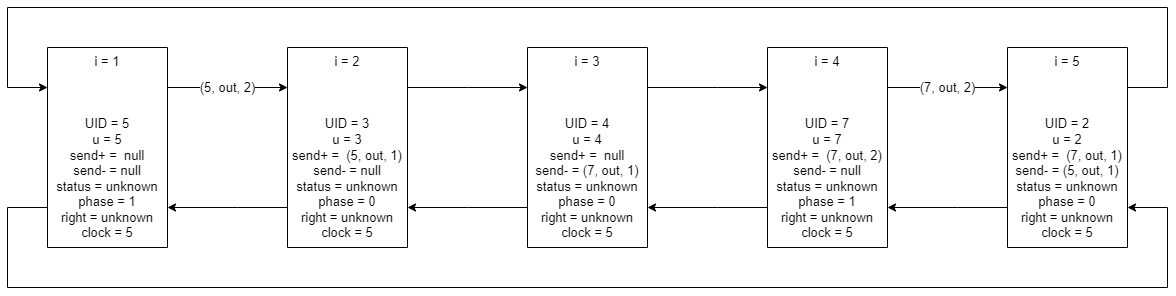
This is tods/06-tods.drawio.png from h1tlan/tods_first_exercise, a draw.io export, as it was before one commit. Source tidied: cells renumbered, new cells last; positions are measured from the earlier drawing's top-left corner, leaving out a move shared by most shapes. Source of this version:
```xml
<mxGraphModel>
  <root>
    <mxCell id="0" />
    <mxCell id="1" parent="0" />
    <mxCell id="2" value="(5, out, 2)" style="edgeStyle=orthogonalEdgeStyle;rounded=0;jettySize=auto;html=1;labelBorderColor=none;fontSize=13;" parent="1" edge="1" source="4" target="7">
      <mxGeometry relative="1" as="geometry">
        <Array as="points">
          <mxPoint x="230" y="80" />
          <mxPoint x="230" y="80" />
        </Array>
      </mxGeometry>
    </mxCell>
    <mxCell id="3" style="edgeStyle=orthogonalEdgeStyle;rounded=0;jettySize=auto;html=1;labelBorderColor=none;fontSize=13;" parent="1" edge="1" source="4" target="16">
      <mxGeometry relative="1" as="geometry">
        <Array as="points">
          <mxPoint y="200" />
          <mxPoint y="280" />
          <mxPoint x="1160" y="280" />
          <mxPoint x="1160" y="200" />
        </Array>
      </mxGeometry>
    </mxCell>
    <mxCell id="4" value="i = 1&lt;br&gt;&lt;br&gt;&lt;br&gt;&lt;br&gt;UID = 5&lt;br&gt;u = 5&lt;br&gt;send+ =&amp;nbsp; null&lt;br&gt;send- = null&lt;br&gt;status = unknown&lt;br&gt;phase = 1&lt;br&gt;right = unknown&lt;br&gt;clock = 5" style="rounded=0;whiteSpace=wrap;html=1;fontSize=13;direction=south;" parent="1" vertex="1">
      <mxGeometry x="40" y="40" width="120" height="200" as="geometry" />
    </mxCell>
    <mxCell id="5" style="edgeStyle=orthogonalEdgeStyle;rounded=0;jettySize=auto;html=1;labelBorderColor=none;fontSize=13;" parent="1" edge="1" source="7" target="4">
      <mxGeometry relative="1" as="geometry">
        <Array as="points">
          <mxPoint x="230" y="200" />
          <mxPoint x="230" y="200" />
        </Array>
      </mxGeometry>
    </mxCell>
    <mxCell id="6" style="edgeStyle=orthogonalEdgeStyle;rounded=0;jettySize=auto;html=1;labelBorderColor=none;fontSize=13;" parent="1" edge="1" source="7" target="10">
      <mxGeometry relative="1" as="geometry">
        <Array as="points">
          <mxPoint x="460" y="80" />
          <mxPoint x="460" y="80" />
        </Array>
      </mxGeometry>
    </mxCell>
    <mxCell id="7" value="i = 2&lt;br&gt;&lt;br&gt;&lt;br&gt;&lt;br&gt;UID = 3&lt;br&gt;u = 3&lt;br&gt;send+ =&amp;nbsp; (5, out, 1)&lt;br&gt;send- = null&lt;br&gt;status = unknown&lt;br&gt;phase = 0&lt;br&gt;right = unknown&lt;br&gt;clock = 5" style="rounded=0;whiteSpace=wrap;html=1;fontSize=13;direction=south;" parent="1" vertex="1">
      <mxGeometry x="280" y="40" width="120" height="200" as="geometry" />
    </mxCell>
    <mxCell id="8" style="edgeStyle=orthogonalEdgeStyle;rounded=0;jettySize=auto;html=1;labelBorderColor=none;fontSize=13;" parent="1" edge="1" source="10" target="7">
      <mxGeometry relative="1" as="geometry">
        <Array as="points">
          <mxPoint x="460" y="200" />
          <mxPoint x="460" y="200" />
        </Array>
      </mxGeometry>
    </mxCell>
    <mxCell id="9" style="edgeStyle=orthogonalEdgeStyle;rounded=0;jettySize=auto;html=1;labelBorderColor=none;fontSize=13;" parent="1" edge="1" source="10" target="13">
      <mxGeometry relative="1" as="geometry">
        <Array as="points">
          <mxPoint x="710" y="80" />
          <mxPoint x="710" y="80" />
        </Array>
      </mxGeometry>
    </mxCell>
    <mxCell id="10" value="i = 3&lt;br&gt;&lt;br&gt;&lt;br&gt;&lt;br&gt;UID = 4&lt;br&gt;u = 4&lt;br&gt;send+ =&amp;nbsp; null&lt;br&gt;send- = (7, out, 1)&lt;br&gt;status = unknown&lt;br&gt;phase = 0&lt;br&gt;right = unknown&lt;br&gt;clock = 5" style="rounded=0;whiteSpace=wrap;html=1;fontSize=13;direction=south;" parent="1" vertex="1">
      <mxGeometry x="520" y="40" width="120" height="200" as="geometry" />
    </mxCell>
    <mxCell id="11" style="edgeStyle=orthogonalEdgeStyle;rounded=0;jettySize=auto;html=1;labelBorderColor=none;fontSize=13;" parent="1" edge="1" source="13" target="10">
      <mxGeometry relative="1" as="geometry">
        <Array as="points">
          <mxPoint x="710" y="200" />
          <mxPoint x="710" y="200" />
        </Array>
      </mxGeometry>
    </mxCell>
    <mxCell id="12" value="(7, out, 2)" style="edgeStyle=orthogonalEdgeStyle;rounded=0;jettySize=auto;html=1;labelBorderColor=none;fontSize=13;" parent="1" edge="1" source="13" target="16">
      <mxGeometry relative="1" as="geometry">
        <Array as="points">
          <mxPoint x="940" y="80" />
          <mxPoint x="940" y="80" />
        </Array>
      </mxGeometry>
    </mxCell>
    <mxCell id="13" value="i = 4&lt;br&gt;&lt;br&gt;&lt;br&gt;&lt;br&gt;UID = 7&lt;br&gt;u = 7&lt;br&gt;send+ =&amp;nbsp; (7, out, 2)&lt;br&gt;send- = null&lt;br&gt;status = unknown&lt;br&gt;phase = 1&lt;br&gt;right = unknown&lt;br&gt;clock = 5" style="rounded=0;whiteSpace=wrap;html=1;fontSize=13;direction=south;" parent="1" vertex="1">
      <mxGeometry x="760" y="40" width="120" height="200" as="geometry" />
    </mxCell>
    <mxCell id="14" style="edgeStyle=orthogonalEdgeStyle;rounded=0;jettySize=auto;html=1;labelBorderColor=none;fontSize=13;" parent="1" edge="1" source="16" target="13">
      <mxGeometry relative="1" as="geometry">
        <Array as="points">
          <mxPoint x="950" y="200" />
          <mxPoint x="950" y="200" />
        </Array>
      </mxGeometry>
    </mxCell>
    <mxCell id="15" style="edgeStyle=orthogonalEdgeStyle;rounded=0;jettySize=auto;html=1;labelBorderColor=none;fontSize=13;" parent="1" edge="1" source="16" target="4">
      <mxGeometry relative="1" as="geometry">
        <Array as="points">
          <mxPoint x="1160" y="80" />
          <mxPoint x="1160" />
          <mxPoint />
          <mxPoint y="80" />
        </Array>
      </mxGeometry>
    </mxCell>
    <mxCell id="16" value="i = 5&lt;br&gt;&lt;br&gt;&lt;br&gt;&lt;br&gt;UID = 2&lt;br&gt;u = 2&lt;br&gt;send+ =&amp;nbsp; (7, out, 1)&lt;br&gt;send- = (5, out, 1)&lt;br&gt;status = unknown&lt;br&gt;phase = 0&lt;br&gt;right = unknown&lt;br&gt;clock = 5" style="rounded=0;whiteSpace=wrap;html=1;fontSize=13;direction=south;" parent="1" vertex="1">
      <mxGeometry x="1000" y="40" width="120" height="200" as="geometry" />
    </mxCell>
  </root>
</mxGraphModel>
```
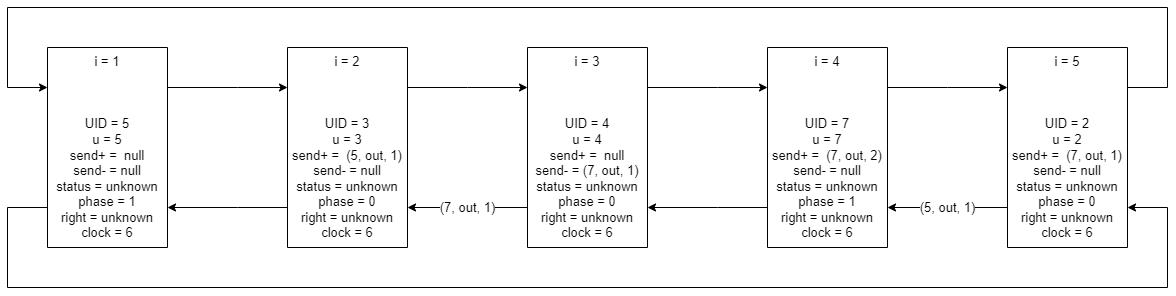
After the commit.

Commit message:
Cant update send+ in process 2 and 4, abandon.

Change to the diagram source:
```diff
@@ -2,7 +2,7 @@
   <root>
     <mxCell id="0" />
     <mxCell id="1" parent="0" />
-    <mxCell id="2" value="(5, out, 2)" style="edgeStyle=orthogonalEdgeStyle;rounded=0;jettySize=auto;html=1;labelBorderColor=none;fontSize=13;" parent="1" edge="1" source="4" target="7">
+    <mxCell id="2" style="edgeStyle=orthogonalEdgeStyle;rounded=0;jettySize=auto;html=1;labelBorderColor=none;fontSize=13;" parent="1" edge="1" source="4" target="7">
       <mxGeometry relative="1" as="geometry">
         <Array as="points">
           <mxPoint x="230" y="80" />
@@ -20,7 +20,7 @@
         </Array>
       </mxGeometry>
     </mxCell>
-    <mxCell id="4" value="i = 1&lt;br&gt;&lt;br&gt;&lt;br&gt;&lt;br&gt;UID = 5&lt;br&gt;u = 5&lt;br&gt;send+ =&amp;nbsp; null&lt;br&gt;send- = null&lt;br&gt;status = unknown&lt;br&gt;phase = 1&lt;br&gt;right = unknown&lt;br&gt;clock = 5" style="rounded=0;whiteSpace=wrap;html=1;fontSize=13;direction=south;" parent="1" vertex="1">
+    <mxCell id="4" value="i = 1&lt;br&gt;&lt;br&gt;&lt;br&gt;&lt;br&gt;UID = 5&lt;br&gt;u = 5&lt;br&gt;send+ =&amp;nbsp; null&lt;br&gt;send- = null&lt;br&gt;status = unknown&lt;br&gt;phase = 1&lt;br&gt;right = unknown&lt;br&gt;clock = 6" style="rounded=0;whiteSpace=wrap;html=1;fontSize=13;direction=south;" parent="1" vertex="1">
       <mxGeometry x="40" y="40" width="120" height="200" as="geometry" />
     </mxCell>
     <mxCell id="5" style="edgeStyle=orthogonalEdgeStyle;rounded=0;jettySize=auto;html=1;labelBorderColor=none;fontSize=13;" parent="1" edge="1" source="7" target="4">
@@ -39,10 +39,10 @@
         </Array>
       </mxGeometry>
     </mxCell>
-    <mxCell id="7" value="i = 2&lt;br&gt;&lt;br&gt;&lt;br&gt;&lt;br&gt;UID = 3&lt;br&gt;u = 3&lt;br&gt;send+ =&amp;nbsp; (5, out, 1)&lt;br&gt;send- = null&lt;br&gt;status = unknown&lt;br&gt;phase = 0&lt;br&gt;right = unknown&lt;br&gt;clock = 5" style="rounded=0;whiteSpace=wrap;html=1;fontSize=13;direction=south;" parent="1" vertex="1">
+    <mxCell id="7" value="i = 2&lt;br&gt;&lt;br&gt;&lt;br&gt;&lt;br&gt;UID = 3&lt;br&gt;u = 3&lt;br&gt;send+ =&amp;nbsp; (5, out, 1)&lt;br&gt;send- = null&lt;br&gt;status = unknown&lt;br&gt;phase = 0&lt;br&gt;right = unknown&lt;br&gt;clock = 6" style="rounded=0;whiteSpace=wrap;html=1;fontSize=13;direction=south;" parent="1" vertex="1">
       <mxGeometry x="280" y="40" width="120" height="200" as="geometry" />
     </mxCell>
-    <mxCell id="8" style="edgeStyle=orthogonalEdgeStyle;rounded=0;jettySize=auto;html=1;labelBorderColor=none;fontSize=13;" parent="1" edge="1" source="10" target="7">
+    <mxCell id="8" value="(7, out, 1)" style="edgeStyle=orthogonalEdgeStyle;rounded=0;jettySize=auto;html=1;labelBorderColor=none;fontSize=13;" parent="1" edge="1" source="10" target="7">
       <mxGeometry relative="1" as="geometry">
         <Array as="points">
           <mxPoint x="460" y="200" />
@@ -58,7 +58,7 @@
         </Array>
       </mxGeometry>
     </mxCell>
-    <mxCell id="10" value="i = 3&lt;br&gt;&lt;br&gt;&lt;br&gt;&lt;br&gt;UID = 4&lt;br&gt;u = 4&lt;br&gt;send+ =&amp;nbsp; null&lt;br&gt;send- = (7, out, 1)&lt;br&gt;status = unknown&lt;br&gt;phase = 0&lt;br&gt;right = unknown&lt;br&gt;clock = 5" style="rounded=0;whiteSpace=wrap;html=1;fontSize=13;direction=south;" parent="1" vertex="1">
+    <mxCell id="10" value="i = 3&lt;br&gt;&lt;br&gt;&lt;br&gt;&lt;br&gt;UID = 4&lt;br&gt;u = 4&lt;br&gt;send+ =&amp;nbsp; null&lt;br&gt;send- = (7, out, 1)&lt;br&gt;status = unknown&lt;br&gt;phase = 0&lt;br&gt;right = unknown&lt;br&gt;clock = 6" style="rounded=0;whiteSpace=wrap;html=1;fontSize=13;direction=south;" parent="1" vertex="1">
       <mxGeometry x="520" y="40" width="120" height="200" as="geometry" />
     </mxCell>
     <mxCell id="11" style="edgeStyle=orthogonalEdgeStyle;rounded=0;jettySize=auto;html=1;labelBorderColor=none;fontSize=13;" parent="1" edge="1" source="13" target="10">
@@ -69,7 +69,7 @@
         </Array>
       </mxGeometry>
     </mxCell>
-    <mxCell id="12" value="(7, out, 2)" style="edgeStyle=orthogonalEdgeStyle;rounded=0;jettySize=auto;html=1;labelBorderColor=none;fontSize=13;" parent="1" edge="1" source="13" target="16">
+    <mxCell id="12" style="edgeStyle=orthogonalEdgeStyle;rounded=0;jettySize=auto;html=1;labelBorderColor=none;fontSize=13;" parent="1" edge="1" source="13" target="16">
       <mxGeometry relative="1" as="geometry">
         <Array as="points">
           <mxPoint x="940" y="80" />
@@ -77,10 +77,10 @@
         </Array>
       </mxGeometry>
     </mxCell>
-    <mxCell id="13" value="i = 4&lt;br&gt;&lt;br&gt;&lt;br&gt;&lt;br&gt;UID = 7&lt;br&gt;u = 7&lt;br&gt;send+ =&amp;nbsp; (7, out, 2)&lt;br&gt;send- = null&lt;br&gt;status = unknown&lt;br&gt;phase = 1&lt;br&gt;right = unknown&lt;br&gt;clock = 5" style="rounded=0;whiteSpace=wrap;html=1;fontSize=13;direction=south;" parent="1" vertex="1">
+    <mxCell id="13" value="i = 4&lt;br&gt;&lt;br&gt;&lt;br&gt;&lt;br&gt;UID = 7&lt;br&gt;u = 7&lt;br&gt;send+ =&amp;nbsp; (7, out, 2)&lt;br&gt;send- = null&lt;br&gt;status = unknown&lt;br&gt;phase = 1&lt;br&gt;right = unknown&lt;br&gt;clock = 6" style="rounded=0;whiteSpace=wrap;html=1;fontSize=13;direction=south;" parent="1" vertex="1">
       <mxGeometry x="760" y="40" width="120" height="200" as="geometry" />
     </mxCell>
-    <mxCell id="14" style="edgeStyle=orthogonalEdgeStyle;rounded=0;jettySize=auto;html=1;labelBorderColor=none;fontSize=13;" parent="1" edge="1" source="16" target="13">
+    <mxCell id="14" value="(5, out, 1)" style="edgeStyle=orthogonalEdgeStyle;rounded=0;jettySize=auto;html=1;labelBorderColor=none;fontSize=13;" parent="1" edge="1" source="16" target="13">
       <mxGeometry relative="1" as="geometry">
         <Array as="points">
           <mxPoint x="950" y="200" />
@@ -98,7 +98,7 @@
         </Array>
       </mxGeometry>
     </mxCell>
-    <mxCell id="16" value="i = 5&lt;br&gt;&lt;br&gt;&lt;br&gt;&lt;br&gt;UID = 2&lt;br&gt;u = 2&lt;br&gt;send+ =&amp;nbsp; (7, out, 1)&lt;br&gt;send- = (5, out, 1)&lt;br&gt;status = unknown&lt;br&gt;phase = 0&lt;br&gt;right = unknown&lt;br&gt;clock = 5" style="rounded=0;whiteSpace=wrap;html=1;fontSize=13;direction=south;" parent="1" vertex="1">
+    <mxCell id="16" value="i = 5&lt;br&gt;&lt;br&gt;&lt;br&gt;&lt;br&gt;UID = 2&lt;br&gt;u = 2&lt;br&gt;send+ =&amp;nbsp; (7, out, 1)&lt;br&gt;send- = null&lt;br&gt;status = unknown&lt;br&gt;phase = 0&lt;br&gt;right = unknown&lt;br&gt;clock = 6" style="rounded=0;whiteSpace=wrap;html=1;fontSize=13;direction=south;" parent="1" vertex="1">
       <mxGeometry x="1000" y="40" width="120" height="200" as="geometry" />
     </mxCell>
   </root>
```
